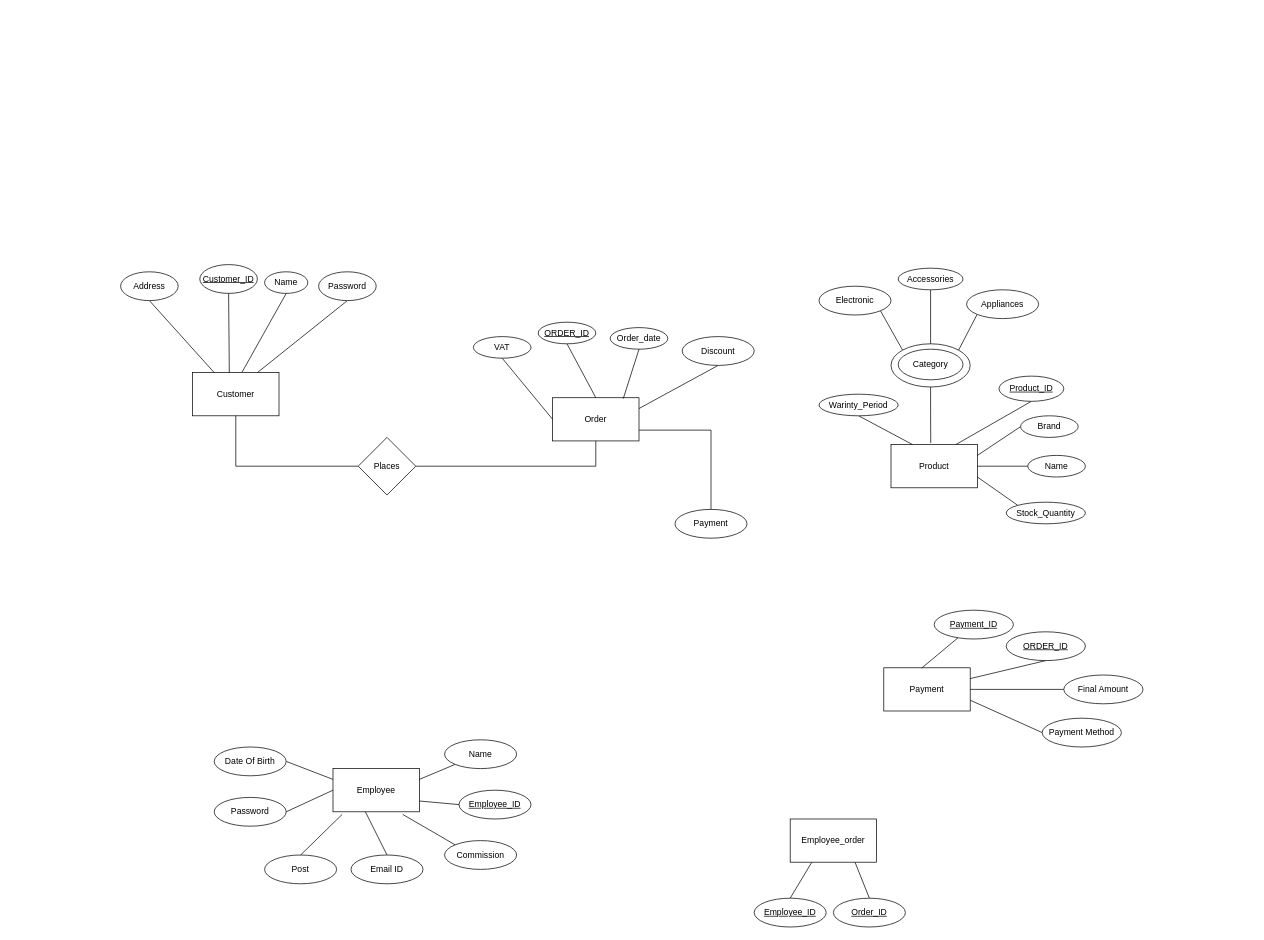
Earlier version of the draw.io diagram Ecommarce.drawio (ALPHAMAN-0/ER-Diagram). Source tidied: cells renumbered, new cells numbered last; positions are measured from the earlier drawing's top-left corner, leaving out a move shared by most shapes. Both pictures are drawn from the tidied source at 72%, with x=0, y=0 at pixel (120, 264).
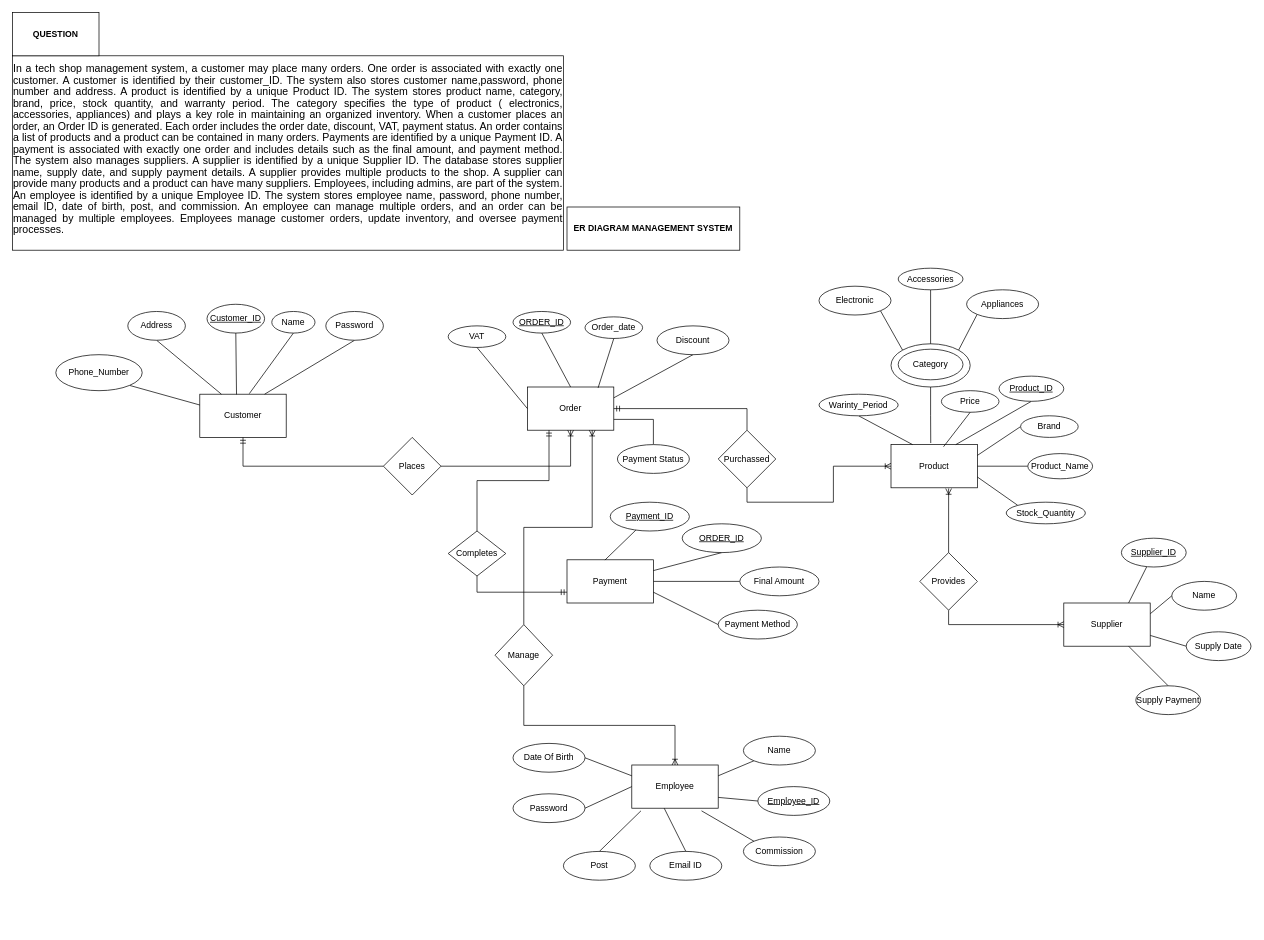
The same page after the edit.

Unchanged cells that the change refers to:
```xml
<mxCell id="4" value="Product" style="rounded=0;whiteSpace=wrap;html=1;" parent="1" vertex="1">
  <mxGeometry x="1070" y="250" width="120" height="60" as="geometry" />
</mxCell>
```

What changed in the source:
```diff
@@
     <mxCell id="2" value="Customer" style="rounded=0;whiteSpace=wrap;html=1;" parent="1" vertex="1">
-      <mxGeometry x="100" y="150" width="120" height="60" as="geometry" />
+      <mxGeometry x="110" y="180" width="120" height="60" as="geometry" />
     </mxCell>
     <mxCell id="3" value="Order" style="rounded=0;whiteSpace=wrap;html=1;" parent="1" vertex="1">
-      <mxGeometry x="600" y="184.9" width="120" height="60" as="geometry" />
+      <mxGeometry x="565" y="170" width="120" height="60" as="geometry" />
     </mxCell>
@@
     <mxCell id="5" value="Employee" style="rounded=0;whiteSpace=wrap;html=1;" parent="1" vertex="1">
-      <mxGeometry x="295" y="700" width="120" height="60" as="geometry" />
+      <mxGeometry x="710" y="695" width="120" height="60" as="geometry" />
     </mxCell>
-    <mxCell id="6" style="rounded=0;jettySize=auto;html=1;exitX=0.25;exitY=1;exitDx=0;exitDy=0;entryX=0.5;entryY=0;entryDx=0;entryDy=0;endArrow=none;startFill=0;" parent="1" edge="1" source="8" target="68">
-      <mxGeometry relative="1" as="geometry" />
-    </mxCell>
-    <mxCell id="7" style="rounded=0;jettySize=auto;html=1;exitX=0.75;exitY=1;exitDx=0;exitDy=0;entryX=0.5;entryY=0;entryDx=0;entryDy=0;endArrow=none;startFill=0;" parent="1" edge="1" source="8" target="69">
-      <mxGeometry relative="1" as="geometry" />
-    </mxCell>
-    <mxCell id="8" value="Employee_order" style="rounded=0;whiteSpace=wrap;html=1;" parent="1" vertex="1">
-      <mxGeometry x="930" y="770" width="120" height="60" as="geometry" />
-    </mxCell>
@@
     <mxCell id="10" value="Payment" style="rounded=0;whiteSpace=wrap;html=1;" parent="1" vertex="1">
-      <mxGeometry x="1060" y="560" width="120" height="60" as="geometry" />
+      <mxGeometry x="620" y="410" width="120" height="60" as="geometry" />
     </mxCell>
     <mxCell id="11" value="&lt;u&gt;Customer_ID&lt;/u&gt;" style="ellipse;whiteSpace=wrap;html=1;" parent="1" vertex="1">
-      <mxGeometry x="110" width="80" height="40" as="geometry" />
+      <mxGeometry x="120" y="55.1" width="80" height="40" as="geometry" />
     </mxCell>
     <mxCell id="12" value="Name" style="ellipse;whiteSpace=wrap;html=1;" parent="1" vertex="1">
-      <mxGeometry x="200" y="10" width="60" height="30" as="geometry" />
+      <mxGeometry x="210" y="65.1" width="60" height="30" as="geometry" />
     </mxCell>
@@
     <mxCell id="14" value="Address" style="ellipse;whiteSpace=wrap;html=1;" parent="1" vertex="1">
-      <mxGeometry y="10" width="80" height="40" as="geometry" />
+      <mxGeometry x="10" y="65.1" width="80" height="40" as="geometry" />
     </mxCell>
@@
     <mxCell id="16" value="Password" style="ellipse;whiteSpace=wrap;html=1;" parent="1" vertex="1">
-      <mxGeometry x="275" y="10" width="80" height="40" as="geometry" />
+      <mxGeometry x="285" y="65.1" width="80" height="40" as="geometry" />
     </mxCell>
@@
     <mxCell id="19" value="&lt;u&gt;ORDER_ID&lt;/u&gt;" style="ellipse;whiteSpace=wrap;html=1;" parent="1" vertex="1">
-      <mxGeometry x="580" y="80" width="80" height="30" as="geometry" />
+      <mxGeometry x="545" y="65.1" width="80" height="30" as="geometry" />
     </mxCell>
     <mxCell id="20" value="Order_date" style="ellipse;whiteSpace=wrap;html=1;" parent="1" vertex="1">
-      <mxGeometry x="680" y="87.5" width="80" height="30" as="geometry" />
+      <mxGeometry x="645" y="72.6" width="80" height="30" as="geometry" />
     </mxCell>
@@
     <mxCell id="22" value="VAT" style="ellipse;whiteSpace=wrap;html=1;" parent="1" vertex="1">
-      <mxGeometry x="490" y="100" width="80" height="30" as="geometry" />
+      <mxGeometry x="455" y="85.1" width="80" height="30" as="geometry" />
     </mxCell>
@@
-    <mxCell id="24" style="edgeStyle=orthogonalEdgeStyle;rounded=0;jettySize=auto;html=1;exitX=0;exitY=0.5;exitDx=0;exitDy=0;entryX=0.5;entryY=1;entryDx=0;entryDy=0;endArrow=none;startFill=0;" parent="1" edge="1" source="26" target="2">
+    <mxCell id="24" style="edgeStyle=orthogonalEdgeStyle;rounded=0;jettySize=auto;html=1;exitX=0;exitY=0.5;exitDx=0;exitDy=0;entryX=0.5;entryY=1;entryDx=0;entryDy=0;endArrow=ERmandOne;startFill=0;endFill=0;" parent="1" edge="1" source="26" target="2">
       <mxGeometry relative="1" as="geometry" />
     </mxCell>
-    <mxCell id="25" style="edgeStyle=orthogonalEdgeStyle;rounded=0;jettySize=auto;html=1;exitX=1;exitY=0.5;exitDx=0;exitDy=0;entryX=0.5;entryY=1;entryDx=0;entryDy=0;endArrow=none;startFill=0;" parent="1" edge="1" source="26" target="3">
+    <mxCell id="25" style="edgeStyle=orthogonalEdgeStyle;rounded=0;jettySize=auto;html=1;exitX=1;exitY=0.5;exitDx=0;exitDy=0;entryX=0.5;entryY=1;entryDx=0;entryDy=0;endArrow=ERoneToMany;startFill=0;endFill=0;" parent="1" edge="1" source="26" target="3">
       <mxGeometry relative="1" as="geometry" />
     </mxCell>
     <mxCell id="26" value="Places" style="rhombus;whiteSpace=wrap;html=1;" parent="1" vertex="1">
-      <mxGeometry x="330" y="240" width="80" height="80" as="geometry" />
+      <mxGeometry x="365" y="240" width="80" height="80" as="geometry" />
     </mxCell>
@@
-    <mxCell id="30" value="Name" style="ellipse;whiteSpace=wrap;html=1;" parent="1" vertex="1">
-      <mxGeometry x="1260" y="265" width="80" height="30" as="geometry" />
+    <mxCell id="30" value="Product_Name" style="ellipse;whiteSpace=wrap;html=1;" parent="1" vertex="1">
+      <mxGeometry x="1260" y="262.5" width="90" height="35" as="geometry" />
     </mxCell>
@@
     <mxCell id="47" value="Discount" style="ellipse;whiteSpace=wrap;html=1;" parent="1" vertex="1">
-      <mxGeometry x="780" y="100" width="100" height="40" as="geometry" />
+      <mxGeometry x="745" y="85.1" width="100" height="40" as="geometry" />
     </mxCell>
@@
-    <mxCell id="49" value="Payment" style="ellipse;whiteSpace=wrap;html=1;" parent="1" vertex="1">
-      <mxGeometry x="770" y="340" width="100" height="40" as="geometry" />
+    <mxCell id="49" value="Payment Status" style="ellipse;whiteSpace=wrap;html=1;" parent="1" vertex="1">
+      <mxGeometry x="690" y="250" width="100" height="40" as="geometry" />
     </mxCell>
     <mxCell id="50" value="&lt;u&gt;Payment_ID&lt;/u&gt;" style="ellipse;whiteSpace=wrap;html=1;" parent="1" vertex="1">
-      <mxGeometry x="1130" y="480" width="110" height="40" as="geometry" />
+      <mxGeometry x="680" y="330" width="110" height="40" as="geometry" />
     </mxCell>
@@
     <mxCell id="52" value="&lt;u&gt;ORDER_ID&lt;/u&gt;" style="ellipse;whiteSpace=wrap;html=1;" parent="1" vertex="1">
-      <mxGeometry x="1230" y="510" width="110" height="40" as="geometry" />
+      <mxGeometry x="780" y="360" width="110" height="40" as="geometry" />
     </mxCell>
@@
     <mxCell id="54" value="Payment Method" style="ellipse;whiteSpace=wrap;html=1;" parent="1" vertex="1">
-      <mxGeometry x="1280" y="630" width="110" height="40" as="geometry" />
+      <mxGeometry x="830" y="480" width="110" height="40" as="geometry" />
     </mxCell>
     <mxCell id="55" value="Final Amount" style="ellipse;whiteSpace=wrap;html=1;" parent="1" vertex="1">
-      <mxGeometry x="1310" y="570" width="110" height="40" as="geometry" />
+      <mxGeometry x="860" y="420" width="110" height="40" as="geometry" />
     </mxCell>
@@
     <mxCell id="58" value="&lt;u&gt;Employee_ID&lt;/u&gt;" style="ellipse;whiteSpace=wrap;html=1;" parent="1" vertex="1">
-      <mxGeometry x="470" y="730" width="100" height="40" as="geometry" />
+      <mxGeometry x="885" y="725" width="100" height="40" as="geometry" />
     </mxCell>
@@
     <mxCell id="60" value="Password" style="ellipse;whiteSpace=wrap;html=1;" parent="1" vertex="1">
-      <mxGeometry x="130" y="740" width="100" height="40" as="geometry" />
+      <mxGeometry x="545" y="735" width="100" height="40" as="geometry" />
     </mxCell>
     <mxCell id="61" value="Email ID" style="ellipse;whiteSpace=wrap;html=1;" parent="1" vertex="1">
-      <mxGeometry x="320" y="820" width="100" height="40" as="geometry" />
+      <mxGeometry x="735" y="815" width="100" height="40" as="geometry" />
     </mxCell>
@@
     <mxCell id="63" value="Name" style="ellipse;whiteSpace=wrap;html=1;" parent="1" vertex="1">
-      <mxGeometry x="450" y="660" width="100" height="40" as="geometry" />
+      <mxGeometry x="865" y="655" width="100" height="40" as="geometry" />
     </mxCell>
@@
     <mxCell id="65" value="Date Of Birth" style="ellipse;whiteSpace=wrap;html=1;" parent="1" vertex="1">
-      <mxGeometry x="130" y="670" width="100" height="40" as="geometry" />
+      <mxGeometry x="545" y="665" width="100" height="40" as="geometry" />
     </mxCell>
     <mxCell id="66" value="Post" style="ellipse;whiteSpace=wrap;html=1;" parent="1" vertex="1">
-      <mxGeometry x="200" y="820" width="100" height="40" as="geometry" />
+      <mxGeometry x="615" y="815" width="100" height="40" as="geometry" />
     </mxCell>
     <mxCell id="67" value="Commission" style="ellipse;whiteSpace=wrap;html=1;" parent="1" vertex="1">
-      <mxGeometry x="450" y="800" width="100" height="40" as="geometry" />
+      <mxGeometry x="865" y="795" width="100" height="40" as="geometry" />
     </mxCell>
-    <mxCell id="68" value="&lt;u&gt;Employee_ID&lt;/u&gt;" style="ellipse;whiteSpace=wrap;html=1;" parent="1" vertex="1">
-      <mxGeometry x="880" y="880" width="100" height="40" as="geometry" />
-    </mxCell>
-    <mxCell id="69" value="&lt;u&gt;Order_ID&lt;/u&gt;" style="ellipse;whiteSpace=wrap;html=1;" parent="1" vertex="1">
-      <mxGeometry x="990" y="880" width="100" height="40" as="geometry" />
-    </mxCell>
@@
+    <mxCell id="74" style="rounded=0;jettySize=auto;html=1;exitX=0.75;exitY=1;exitDx=0;exitDy=0;entryX=0.5;entryY=0;entryDx=0;entryDy=0;endArrow=none;startFill=0;" parent="1" edge="1" source="78" target="81">
+      <mxGeometry relative="1" as="geometry" />
+    </mxCell>
+    <mxCell id="75" style="rounded=0;jettySize=auto;html=1;exitX=1;exitY=0.75;exitDx=0;exitDy=0;entryX=0;entryY=0.5;entryDx=0;entryDy=0;endArrow=none;startFill=0;" parent="1" edge="1" source="78" target="82">
+      <mxGeometry relative="1" as="geometry" />
+    </mxCell>
+    <mxCell id="76" style="rounded=0;jettySize=auto;html=1;exitX=1;exitY=0.25;exitDx=0;exitDy=0;entryX=0;entryY=0.5;entryDx=0;entryDy=0;endArrow=none;startFill=0;" parent="1" edge="1" source="78" target="80">
+      <mxGeometry relative="1" as="geometry" />
+    </mxCell>
+    <mxCell id="77" style="rounded=0;jettySize=auto;html=1;exitX=0.75;exitY=0;exitDx=0;exitDy=0;endArrow=none;startFill=0;" parent="1" edge="1" source="78" target="79">
+      <mxGeometry relative="1" as="geometry" />
+    </mxCell>
+    <mxCell id="78" value="Supplier" style="rounded=0;whiteSpace=wrap;html=1;" parent="1" vertex="1">
+      <mxGeometry x="1310" y="470" width="120" height="60" as="geometry" />
+    </mxCell>
+    <mxCell id="79" value="&lt;u&gt;Supplier_ID&lt;/u&gt;" style="ellipse;whiteSpace=wrap;html=1;" parent="1" vertex="1">
+      <mxGeometry x="1390" y="380" width="90" height="40" as="geometry" />
+    </mxCell>
+    <mxCell id="80" value="Name" style="ellipse;whiteSpace=wrap;html=1;" parent="1" vertex="1">
+      <mxGeometry x="1460" y="440" width="90" height="40" as="geometry" />
+    </mxCell>
+    <mxCell id="81" value="Supply Payment" style="ellipse;whiteSpace=wrap;html=1;" parent="1" vertex="1">
+      <mxGeometry x="1410" y="585" width="90" height="40" as="geometry" />
+    </mxCell>
+    <mxCell id="82" value="Supply Date" style="ellipse;whiteSpace=wrap;html=1;" parent="1" vertex="1">
+      <mxGeometry x="1480" y="510" width="90" height="40" as="geometry" />
+    </mxCell>
+    <mxCell id="83" value="&lt;p style=&quot;margin: 0cm 0cm 8pt; line-height: normal; font-size: 11pt; font-family: Aptos, sans-serif; text-align: justify;&quot; class=&quot;MsoNormal&quot;&gt;&lt;span lang=&quot;EN-US&quot;&gt;In a tech shop management system, a customer may place many orders. One order is associated with exactly one customer. A customer is identified by their customer_ID. The system also stores customer name,password, phone number and address. A product is identified by a unique Product ID. The system stores product name, category, brand, price, stock quantity, and warranty period. The category specifies the type of product ( electronics, accessories, appliances) and plays a key role in maintaining an organized inventory. When a customer places an order, an Order ID is generated. Each order includes the order date, discount, VAT, payment status. An order contains a list of products and a product can be contained in many orders. Payments are identified by a unique Payment ID. A payment is associated with exactly one order and includes details such as the final amount, and payment method. The system also manages suppliers. A supplier is identified by a unique Supplier ID. The database stores supplier name, supply date, and supply payment details. A supplier provides multiple products to the shop. A supplier can provide many products and a product can have many suppliers. Employees, including admins, are part of the system. An employee is identified by a unique Employee ID. The system stores employee name, password, phone number, email ID, date of birth, post, and commission. An employee can manage multiple orders, and an order can be managed by multiple employees. Employees manage customer orders, update inventory, and oversee payment processes.&lt;/span&gt;&lt;/p&gt;" style="rounded=0;whiteSpace=wrap;html=1;" parent="1" vertex="1">
+      <mxGeometry x="-150" y="-290" width="765" height="270" as="geometry" />
+    </mxCell>
+    <mxCell id="84" value="&lt;b&gt;ER DIAGRAM MANAGEMENT SYSTEM&lt;/b&gt;" style="rounded=0;whiteSpace=wrap;html=1;" parent="1" vertex="1">
+      <mxGeometry x="620" y="-80" width="240" height="60" as="geometry" />
+    </mxCell>
+    <mxCell id="85" style="edgeStyle=orthogonalEdgeStyle;rounded=0;jettySize=auto;html=1;exitX=0.5;exitY=1;exitDx=0;exitDy=0;entryX=0;entryY=0.5;entryDx=0;entryDy=0;endArrow=ERoneToMany;startFill=0;endFill=0;" parent="1" edge="1" source="87" target="4">
+      <mxGeometry relative="1" as="geometry" />
+    </mxCell>
+    <mxCell id="86" style="edgeStyle=orthogonalEdgeStyle;rounded=0;jettySize=auto;html=1;exitX=0.5;exitY=0;exitDx=0;exitDy=0;entryX=1;entryY=0.5;entryDx=0;entryDy=0;endArrow=ERmandOne;endFill=0;" parent="1" edge="1" source="87" target="3">
+      <mxGeometry relative="1" as="geometry" />
+    </mxCell>
+    <mxCell id="87" value="Purchassed" style="rhombus;whiteSpace=wrap;html=1;" parent="1" vertex="1">
+      <mxGeometry x="830" y="230" width="80" height="80" as="geometry" />
+    </mxCell>
+    <mxCell id="88" style="rounded=0;jettySize=auto;html=1;exitX=1;exitY=1;exitDx=0;exitDy=0;entryX=0;entryY=0.25;entryDx=0;entryDy=0;endArrow=none;startFill=0;" parent="1" edge="1" source="89" target="2">
+      <mxGeometry relative="1" as="geometry" />
+    </mxCell>
+    <mxCell id="89" value="Phone_Number" style="ellipse;whiteSpace=wrap;html=1;" parent="1" vertex="1">
+      <mxGeometry x="-90" y="125.1" width="120" height="50" as="geometry" />
+    </mxCell>
+    <mxCell id="90" value="Price" style="ellipse;whiteSpace=wrap;html=1;" parent="1" vertex="1">
+      <mxGeometry x="1140" y="175.1" width="80" height="30" as="geometry" />
+    </mxCell>
+    <mxCell id="91" style="rounded=0;jettySize=auto;html=1;exitX=0.5;exitY=1;exitDx=0;exitDy=0;entryX=0.608;entryY=0.05;entryDx=0;entryDy=0;entryPerimeter=0;endArrow=none;startFill=0;" parent="1" edge="1" source="90" target="4">
+      <mxGeometry relative="1" as="geometry" />
+    </mxCell>
+    <mxCell id="92" style="rounded=0;jettySize=auto;html=1;exitX=0.5;exitY=0;exitDx=0;exitDy=0;entryX=0.25;entryY=1;entryDx=0;entryDy=0;edgeStyle=orthogonalEdgeStyle;endArrow=ERmandOne;endFill=0;" parent="1" edge="1" source="94" target="3">
+      <mxGeometry relative="1" as="geometry" />
+    </mxCell>
+    <mxCell id="93" style="edgeStyle=orthogonalEdgeStyle;rounded=0;jettySize=auto;html=1;exitX=0.5;exitY=1;exitDx=0;exitDy=0;entryX=0;entryY=0.75;entryDx=0;entryDy=0;endArrow=ERmandOne;endFill=0;" parent="1" edge="1" source="94" target="10">
+      <mxGeometry relative="1" as="geometry" />
+    </mxCell>
+    <mxCell id="94" value="Completes" style="rhombus;whiteSpace=wrap;html=1;" parent="1" vertex="1">
+      <mxGeometry x="455" y="370" width="80" height="62.5" as="geometry" />
+    </mxCell>
+    <mxCell id="95" style="edgeStyle=orthogonalEdgeStyle;rounded=0;jettySize=auto;html=1;exitX=0.5;exitY=1;exitDx=0;exitDy=0;entryX=0;entryY=0.5;entryDx=0;entryDy=0;endArrow=ERoneToMany;endFill=0;" parent="1" edge="1" source="96" target="78">
+      <mxGeometry relative="1" as="geometry" />
+    </mxCell>
+    <mxCell id="96" value="Provides" style="rhombus;whiteSpace=wrap;html=1;" parent="1" vertex="1">
+      <mxGeometry x="1110" y="400" width="80" height="80" as="geometry" />
+    </mxCell>
+    <mxCell id="97" style="edgeStyle=orthogonalEdgeStyle;rounded=0;jettySize=auto;html=1;exitX=0.5;exitY=0;exitDx=0;exitDy=0;entryX=0.667;entryY=1.017;entryDx=0;entryDy=0;entryPerimeter=0;endArrow=ERoneToMany;endFill=0;" parent="1" edge="1" source="96" target="4">
+      <mxGeometry relative="1" as="geometry" />
+    </mxCell>
+    <mxCell id="98" style="edgeStyle=orthogonalEdgeStyle;rounded=0;jettySize=auto;html=1;exitX=0.5;exitY=0;exitDx=0;exitDy=0;entryX=0.75;entryY=1;entryDx=0;entryDy=0;endArrow=ERoneToMany;endFill=0;" parent="1" edge="1" source="100" target="3">
+      <mxGeometry relative="1" as="geometry" />
+    </mxCell>
+    <mxCell id="99" style="edgeStyle=orthogonalEdgeStyle;rounded=0;jettySize=auto;html=1;exitX=0.5;exitY=1;exitDx=0;exitDy=0;entryX=0.5;entryY=0;entryDx=0;entryDy=0;endArrow=ERoneToMany;endFill=0;" parent="1" edge="1" source="100" target="5">
+      <mxGeometry relative="1" as="geometry" />
+    </mxCell>
+    <mxCell id="100" value="Manage" style="rhombus;whiteSpace=wrap;html=1;" parent="1" vertex="1">
+      <mxGeometry x="520" y="500" width="80" height="85" as="geometry" />
+    </mxCell>
+    <mxCell id="101" value="&lt;b&gt;QUESTION&lt;/b&gt;" style="rounded=0;whiteSpace=wrap;html=1;" parent="1" vertex="1">
+      <mxGeometry x="-150" y="-350" width="120" height="60" as="geometry" />
+    </mxCell>
```
